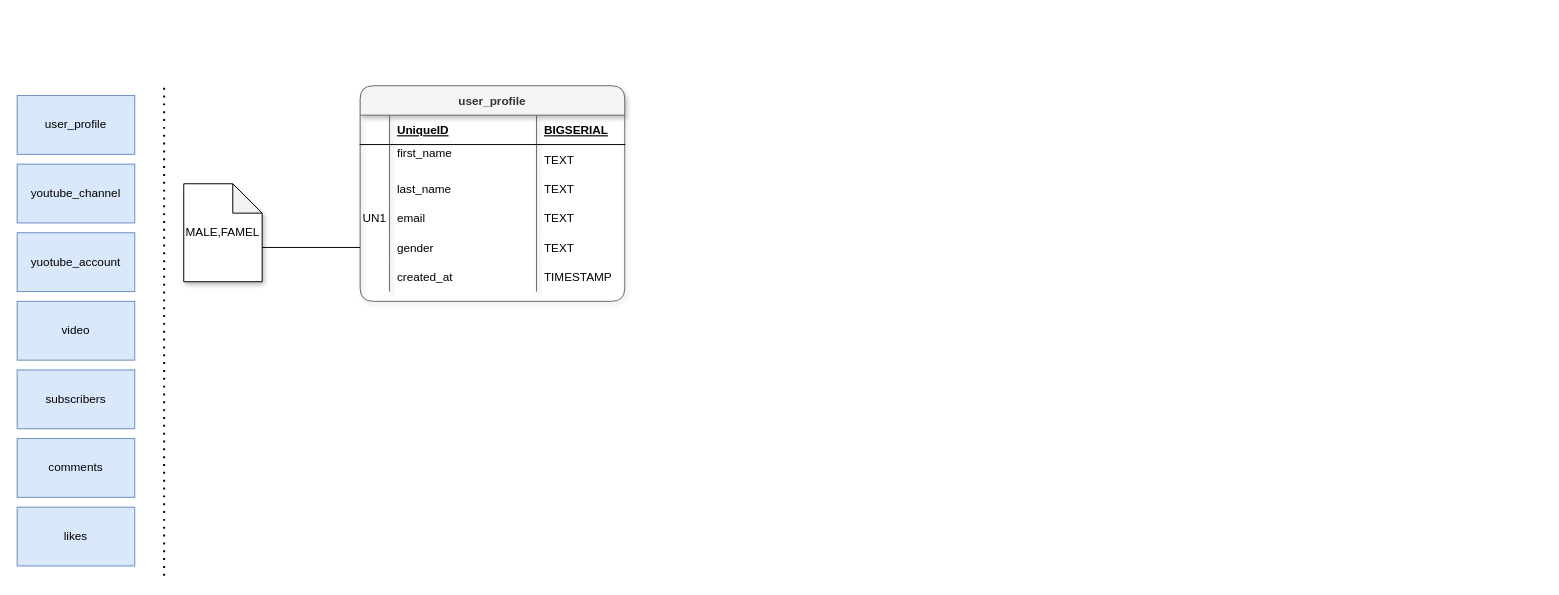
Above: Database Design_Implementation.drawio in Amin3696/DatabaseDesign (draw.io), before the change. Source tidied: cells renumbered, new cells numbered last; positions are measured from the earlier drawing's top-left corner, leaving out a move shared by most shapes. Both pictures are drawn from the tidied source at 98%, with x=0, y=0 at pixel (17, 85).
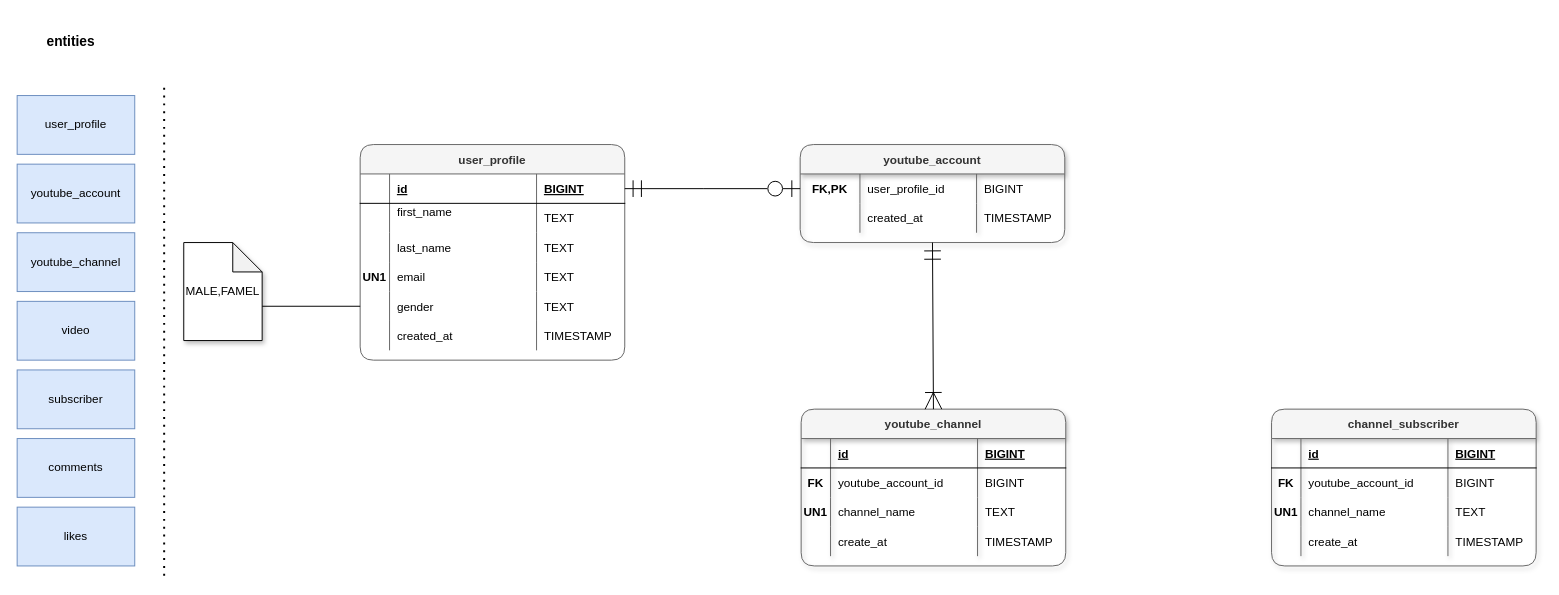
After the change.

Unchanged cells that the change refers to:
```xml
<mxCell id="10" style="shape=tableRow;horizontal=0;startSize=0;swimlaneHead=0;swimlaneBody=0;fillColor=none;points=[[0,0.5],[1,0.5]];portConstraint=eastwest;top=0;left=0;right=0;bottom=1;" parent="9" vertex="1">
  <mxGeometry y="30" width="270" height="30" as="geometry" />
</mxCell>
<mxCell id="22" style="shape=tableRow;horizontal=0;startSize=0;swimlaneHead=0;swimlaneBody=0;fillColor=none;top=0;left=0;right=0;bottom=0;" parent="9" vertex="1">
  <mxGeometry y="120" width="270" height="30" as="geometry" />
</mxCell>
<mxCell id="26" style="shape=tableRow;horizontal=0;startSize=0;swimlaneHead=0;swimlaneBody=0;fillColor=none;points=[[0,0.5],[1,0.5]];portConstraint=eastwest;top=0;left=0;right=0;bottom=0;" parent="9" vertex="1">
  <mxGeometry y="150" width="270" height="30" as="geometry" />
</mxCell>
```

Change to the diagram source:
```diff
@@
     <mxCell id="2" value="youtube_channel" style="rounded=0;whiteSpace=wrap;html=1;fillColor=#dae8fc;strokeColor=#6c8ebf;" parent="1" vertex="1">
-      <mxGeometry y="80" width="120" height="60" as="geometry" />
+      <mxGeometry y="150" width="120" height="60" as="geometry" />
     </mxCell>
@@
-    <mxCell id="4" value="yuotube_account" style="rounded=0;whiteSpace=wrap;html=1;fillColor=#dae8fc;strokeColor=#6c8ebf;" parent="1" vertex="1">
-      <mxGeometry y="150" width="120" height="60" as="geometry" />
+    <mxCell id="4" value="youtube_account" style="rounded=0;whiteSpace=wrap;html=1;fillColor=#dae8fc;strokeColor=#6c8ebf;" parent="1" vertex="1">
+      <mxGeometry y="80" width="120" height="60" as="geometry" />
     </mxCell>
@@
-    <mxCell id="6" value="subscribers" style="rounded=0;whiteSpace=wrap;html=1;fillColor=#dae8fc;strokeColor=#6c8ebf;" parent="1" vertex="1">
+    <mxCell id="6" value="subscriber" style="rounded=0;whiteSpace=wrap;html=1;fillColor=#dae8fc;strokeColor=#6c8ebf;" parent="1" vertex="1">
       <mxGeometry y="290" width="120" height="60" as="geometry" />
     </mxCell>
@@
-    <mxCell id="9" value="user_profile" style="shape=table;startSize=30;childLayout=tableLayout;rowLines=0;fontStyle=1;align=center;rounded=1;sketch=0;shadow=1;fillColor=#f5f5f5;fontColor=#333333;strokeColor=#666666;" parent="1" vertex="1">
-      <mxGeometry x="350" width="270" height="220" as="geometry" />
+    <mxCell id="9" value="user_profile" style="shape=table;startSize=30;childLayout=tableLayout;rowLines=0;fontStyle=1;align=center;rounded=1;sketch=0;shadow=0;fillColor=#f5f5f5;fontColor=#333333;strokeColor=#666666;swimlaneLine=1;" parent="1" vertex="1">
+      <mxGeometry x="350" y="60" width="270" height="220" as="geometry" />
     </mxCell>
@@
-    <mxCell id="12" value="UniqueID" style="shape=partialRectangle;fillColor=none;top=0;left=0;bottom=0;right=0;align=left;spacingLeft=6;fontStyle=5;overflow=hidden;" parent="10" vertex="1">
+    <mxCell id="12" value="id" style="shape=partialRectangle;fillColor=none;top=0;left=0;bottom=0;right=0;align=left;spacingLeft=6;fontStyle=5;overflow=hidden;" parent="10" vertex="1">
       <mxGeometry x="30" width="150" height="30" as="geometry" />
     </mxCell>
-    <mxCell id="13" value="BIGSERIAL" style="shape=partialRectangle;fillColor=none;top=0;left=0;bottom=0;right=0;align=left;spacingLeft=6;fontStyle=5;overflow=hidden;" parent="10" vertex="1">
+    <mxCell id="13" value="BIGINT" style="shape=partialRectangle;fillColor=none;top=0;left=0;bottom=0;right=0;align=left;spacingLeft=6;fontStyle=5;overflow=hidden;" parent="10" vertex="1">
       <mxGeometry x="180" width="90" height="30" as="geometry" />
     </mxCell>
@@
-    <mxCell id="23" value="UN1" style="shape=partialRectangle;fillColor=none;top=0;left=0;bottom=0;right=0;overflow=hidden;" parent="22" vertex="1">
+    <mxCell id="23" value="UN1" style="shape=partialRectangle;fillColor=none;top=0;left=0;bottom=0;right=0;overflow=hidden;fontStyle=1;" parent="22" vertex="1">
       <mxGeometry width="30" height="30" as="geometry" />
     </mxCell>
@@
+    <mxCell id="37" style="edgeStyle=orthogonalEdgeStyle;rounded=0;orthogonalLoop=1;jettySize=auto;html=1;exitX=1;exitY=0.5;exitDx=0;exitDy=0;fontSize=14;" parent="9" edge="1" source="26" target="26">
+      <mxGeometry relative="1" as="geometry" />
+    </mxCell>
     <mxCell id="34" value="MALE,FAMEL" style="shape=note;whiteSpace=wrap;html=1;backgroundOutline=1;darkOpacity=0.05;rounded=1;shadow=1;sketch=0;" parent="1" vertex="1">
-      <mxGeometry x="170" y="100" width="80" height="100" as="geometry" />
+      <mxGeometry x="170" y="160" width="80" height="100" as="geometry" />
     </mxCell>
@@
+    <mxCell id="38" value="&lt;font style=&quot;font-size: 14px;&quot;&gt;&lt;b&gt;entities&lt;/b&gt;&lt;/font&gt;" style="text;html=1;strokeColor=none;fillColor=none;align=center;verticalAlign=middle;whiteSpace=wrap;rounded=0;glass=1;" parent="1" vertex="1">
+      <mxGeometry y="-70" width="110" height="50" as="geometry" />
+    </mxCell>
+    <mxCell id="39" value="youtube_account" style="shape=table;startSize=30;childLayout=tableLayout;rowLines=0;fontStyle=1;align=center;rounded=1;sketch=0;shadow=1;fillColor=#f5f5f5;fontColor=#333333;strokeColor=#666666;" parent="1" vertex="1">
+      <mxGeometry x="799" y="60" width="270" height="100" as="geometry" />
+    </mxCell>
+    <mxCell id="40" style="shape=tableRow;horizontal=0;startSize=0;swimlaneHead=0;swimlaneBody=0;fillColor=none;points=[[0,0.5],[1,0.5]];portConstraint=eastwest;top=0;left=0;right=0;bottom=0;" parent="39" vertex="1">
+      <mxGeometry y="30" width="270" height="30" as="geometry" />
+    </mxCell>
+    <mxCell id="41" value="FK,PK" style="shape=partialRectangle;fillColor=none;top=0;left=0;bottom=0;right=0;overflow=hidden;fontStyle=1;" parent="40" vertex="1">
+      <mxGeometry width="61" height="30" as="geometry" />
+    </mxCell>
+    <mxCell id="42" value="user_profile_id" style="shape=partialRectangle;fillColor=none;top=0;left=0;bottom=0;right=0;align=left;spacingLeft=6;overflow=hidden;" parent="40" vertex="1">
+      <mxGeometry x="61" width="119" height="30" as="geometry" />
+    </mxCell>
+    <mxCell id="43" value="BIGINT" style="shape=partialRectangle;fillColor=none;top=0;left=0;bottom=0;right=0;align=left;spacingLeft=6;overflow=hidden;" parent="40" vertex="1">
+      <mxGeometry x="180" width="90" height="30" as="geometry" />
+    </mxCell>
+    <mxCell id="44" style="shape=tableRow;horizontal=0;startSize=0;swimlaneHead=0;swimlaneBody=0;fillColor=none;top=0;left=0;right=0;bottom=0;" parent="39" vertex="1">
+      <mxGeometry y="60" width="270" height="30" as="geometry" />
+    </mxCell>
+    <mxCell id="45" style="shape=partialRectangle;fillColor=none;top=0;left=0;bottom=0;right=0;overflow=hidden;" parent="44" vertex="1">
+      <mxGeometry width="61" height="30" as="geometry" />
+    </mxCell>
+    <mxCell id="46" value="created_at" style="shape=partialRectangle;fillColor=none;top=0;left=0;bottom=0;right=0;align=left;spacingLeft=6;overflow=hidden;" parent="44" vertex="1">
+      <mxGeometry x="61" width="119" height="30" as="geometry" />
+    </mxCell>
+    <mxCell id="47" value="TIMESTAMP" style="shape=partialRectangle;fillColor=none;top=0;left=0;bottom=0;right=0;align=left;spacingLeft=6;overflow=hidden;" parent="44" vertex="1">
+      <mxGeometry x="180" width="90" height="30" as="geometry" />
+    </mxCell>
+    <mxCell id="48" value="youtube_channel" style="shape=table;startSize=30;childLayout=tableLayout;rowLines=0;fontStyle=1;align=center;rounded=1;sketch=0;shadow=1;fillColor=#f5f5f5;fontColor=#333333;strokeColor=#666666;" parent="1" vertex="1">
+      <mxGeometry x="800" y="330" width="270" height="160" as="geometry" />
+    </mxCell>
+    <mxCell id="49" style="shape=tableRow;horizontal=0;startSize=0;swimlaneHead=0;swimlaneBody=0;fillColor=none;top=0;left=0;right=0;bottom=1;" parent="48" vertex="1">
+      <mxGeometry y="30" width="270" height="30" as="geometry" />
+    </mxCell>
+    <mxCell id="50" style="shape=partialRectangle;fillColor=none;top=0;left=0;bottom=0;right=0;fontStyle=1;overflow=hidden;" parent="49" vertex="1">
+      <mxGeometry width="30" height="30" as="geometry" />
+    </mxCell>
+    <mxCell id="51" value="id" style="shape=partialRectangle;fillColor=none;top=0;left=0;bottom=0;right=0;align=left;spacingLeft=6;fontStyle=5;overflow=hidden;" parent="49" vertex="1">
+      <mxGeometry x="30" width="150" height="30" as="geometry" />
+    </mxCell>
+    <mxCell id="52" value="BIGINT" style="shape=partialRectangle;fillColor=none;top=0;left=0;bottom=0;right=0;align=left;spacingLeft=6;fontStyle=5;overflow=hidden;" parent="49" vertex="1">
+      <mxGeometry x="180" width="90" height="30" as="geometry" />
+    </mxCell>
+    <mxCell id="53" style="shape=tableRow;horizontal=0;startSize=0;swimlaneHead=0;swimlaneBody=0;fillColor=none;top=0;left=0;right=0;bottom=0;" parent="48" vertex="1">
+      <mxGeometry y="60" width="270" height="30" as="geometry" />
+    </mxCell>
+    <mxCell id="54" value="FK" style="shape=partialRectangle;fillColor=none;top=0;left=0;bottom=0;right=0;overflow=hidden;fontStyle=1;" parent="53" vertex="1">
+      <mxGeometry width="30" height="30" as="geometry" />
+    </mxCell>
+    <mxCell id="55" value="youtube_account_id" style="shape=partialRectangle;fillColor=none;top=0;left=0;bottom=0;right=0;align=left;spacingLeft=6;overflow=hidden;" parent="53" vertex="1">
+      <mxGeometry x="30" width="150" height="30" as="geometry" />
+    </mxCell>
+    <mxCell id="56" value="BIGINT" style="shape=partialRectangle;fillColor=none;top=0;left=0;bottom=0;right=0;align=left;spacingLeft=6;overflow=hidden;" parent="53" vertex="1">
+      <mxGeometry x="180" width="90" height="30" as="geometry" />
+    </mxCell>
+    <mxCell id="57" style="shape=tableRow;horizontal=0;startSize=0;swimlaneHead=0;swimlaneBody=0;fillColor=none;top=0;left=0;right=0;bottom=0;" parent="48" vertex="1">
+      <mxGeometry y="90" width="270" height="30" as="geometry" />
+    </mxCell>
+    <mxCell id="58" value="UN1" style="shape=partialRectangle;fillColor=none;top=0;left=0;bottom=0;right=0;overflow=hidden;fontStyle=1;" parent="57" vertex="1">
+      <mxGeometry width="30" height="30" as="geometry" />
+    </mxCell>
+    <mxCell id="59" value="channel_name    " style="shape=partialRectangle;fillColor=none;top=0;left=0;bottom=0;right=0;align=left;spacingLeft=6;overflow=hidden;" parent="57" vertex="1">
+      <mxGeometry x="30" width="150" height="30" as="geometry" />
+    </mxCell>
+    <mxCell id="60" value="TEXT" style="shape=partialRectangle;fillColor=none;top=0;left=0;bottom=0;right=0;align=left;spacingLeft=6;overflow=hidden;" parent="57" vertex="1">
+      <mxGeometry x="180" width="90" height="30" as="geometry" />
+    </mxCell>
+    <mxCell id="61" style="shape=tableRow;horizontal=0;startSize=0;swimlaneHead=0;swimlaneBody=0;fillColor=none;top=0;left=0;right=0;bottom=0;" parent="48" vertex="1">
+      <mxGeometry y="120" width="270" height="30" as="geometry" />
+    </mxCell>
+    <mxCell id="62" style="shape=partialRectangle;fillColor=none;top=0;left=0;bottom=0;right=0;overflow=hidden;" parent="61" vertex="1">
+      <mxGeometry width="30" height="30" as="geometry" />
+    </mxCell>
+    <mxCell id="63" value="create_at    " style="shape=partialRectangle;fillColor=none;top=0;left=0;bottom=0;right=0;align=left;spacingLeft=6;overflow=hidden;" parent="61" vertex="1">
+      <mxGeometry x="30" width="150" height="30" as="geometry" />
+    </mxCell>
+    <mxCell id="64" value="TIMESTAMP" style="shape=partialRectangle;fillColor=none;top=0;left=0;bottom=0;right=0;align=left;spacingLeft=6;overflow=hidden;" parent="61" vertex="1">
+      <mxGeometry x="180" width="90" height="30" as="geometry" />
+    </mxCell>
+    <mxCell id="65" style="endArrow=ERmandOne;html=1;rounded=0;fontSize=14;exitX=0.5;exitY=0;exitDx=0;exitDy=0;entryX=0.5;entryY=1;entryDx=0;entryDy=0;endFill=0;endSize=15;startArrow=ERoneToMany;startFill=0;startSize=15;" parent="1" edge="1" source="48" target="39">
+      <mxGeometry relative="1" as="geometry" />
+    </mxCell>
+    <mxCell id="66" style="endArrow=ERzeroToOne;html=1;rounded=0;fontSize=14;exitX=1;exitY=0.5;exitDx=0;exitDy=0;entryX=0;entryY=0.5;entryDx=0;entryDy=0;endFill=0;endSize=15;startArrow=ERmandOne;startFill=0;startSize=15;" parent="1" edge="1" source="10" target="40">
+      <mxGeometry relative="1" as="geometry">
+        <Array as="points">
+          <mxPoint x="700" y="105" />
+        </Array>
+      </mxGeometry>
+    </mxCell>
+    <mxCell id="67" value="channel_subscriber" style="shape=table;startSize=30;childLayout=tableLayout;rowLines=0;fontStyle=1;align=center;rounded=1;sketch=0;shadow=1;fillColor=#f5f5f5;fontColor=#333333;strokeColor=#666666;" parent="1" vertex="1">
+      <mxGeometry x="1280" y="330" width="270" height="160" as="geometry" />
+    </mxCell>
+    <mxCell id="68" style="shape=tableRow;horizontal=0;startSize=0;swimlaneHead=0;swimlaneBody=0;fillColor=none;top=0;left=0;right=0;bottom=1;" parent="67" vertex="1">
+      <mxGeometry y="30" width="270" height="30" as="geometry" />
+    </mxCell>
+    <mxCell id="69" style="shape=partialRectangle;fillColor=none;top=0;left=0;bottom=0;right=0;fontStyle=1;overflow=hidden;" parent="68" vertex="1">
+      <mxGeometry width="30" height="30" as="geometry" />
+    </mxCell>
+    <mxCell id="70" value="id" style="shape=partialRectangle;fillColor=none;top=0;left=0;bottom=0;right=0;align=left;spacingLeft=6;fontStyle=5;overflow=hidden;" parent="68" vertex="1">
+      <mxGeometry x="30" width="150" height="30" as="geometry" />
+    </mxCell>
+    <mxCell id="71" value="BIGINT" style="shape=partialRectangle;fillColor=none;top=0;left=0;bottom=0;right=0;align=left;spacingLeft=6;fontStyle=5;overflow=hidden;" parent="68" vertex="1">
+      <mxGeometry x="180" width="90" height="30" as="geometry" />
+    </mxCell>
+    <mxCell id="72" style="shape=tableRow;horizontal=0;startSize=0;swimlaneHead=0;swimlaneBody=0;fillColor=none;top=0;left=0;right=0;bottom=0;" parent="67" vertex="1">
+      <mxGeometry y="60" width="270" height="30" as="geometry" />
+    </mxCell>
+    <mxCell id="73" value="FK" style="shape=partialRectangle;fillColor=none;top=0;left=0;bottom=0;right=0;overflow=hidden;fontStyle=1;" parent="72" vertex="1">
+      <mxGeometry width="30" height="30" as="geometry" />
+    </mxCell>
+    <mxCell id="74" value="youtube_account_id" style="shape=partialRectangle;fillColor=none;top=0;left=0;bottom=0;right=0;align=left;spacingLeft=6;overflow=hidden;" parent="72" vertex="1">
+      <mxGeometry x="30" width="150" height="30" as="geometry" />
+    </mxCell>
+    <mxCell id="75" value="BIGINT" style="shape=partialRectangle;fillColor=none;top=0;left=0;bottom=0;right=0;align=left;spacingLeft=6;overflow=hidden;" parent="72" vertex="1">
+      <mxGeometry x="180" width="90" height="30" as="geometry" />
+    </mxCell>
+    <mxCell id="76" style="shape=tableRow;horizontal=0;startSize=0;swimlaneHead=0;swimlaneBody=0;fillColor=none;top=0;left=0;right=0;bottom=0;" parent="67" vertex="1">
+      <mxGeometry y="90" width="270" height="30" as="geometry" />
+    </mxCell>
+    <mxCell id="77" value="UN1" style="shape=partialRectangle;fillColor=none;top=0;left=0;bottom=0;right=0;overflow=hidden;fontStyle=1;" parent="76" vertex="1">
+      <mxGeometry width="30" height="30" as="geometry" />
+    </mxCell>
+    <mxCell id="78" value="channel_name    " style="shape=partialRectangle;fillColor=none;top=0;left=0;bottom=0;right=0;align=left;spacingLeft=6;overflow=hidden;" parent="76" vertex="1">
+      <mxGeometry x="30" width="150" height="30" as="geometry" />
+    </mxCell>
+    <mxCell id="79" value="TEXT" style="shape=partialRectangle;fillColor=none;top=0;left=0;bottom=0;right=0;align=left;spacingLeft=6;overflow=hidden;" parent="76" vertex="1">
+      <mxGeometry x="180" width="90" height="30" as="geometry" />
+    </mxCell>
+    <mxCell id="80" style="shape=tableRow;horizontal=0;startSize=0;swimlaneHead=0;swimlaneBody=0;fillColor=none;top=0;left=0;right=0;bottom=0;" parent="67" vertex="1">
+      <mxGeometry y="120" width="270" height="30" as="geometry" />
+    </mxCell>
+    <mxCell id="81" style="shape=partialRectangle;fillColor=none;top=0;left=0;bottom=0;right=0;overflow=hidden;" parent="80" vertex="1">
+      <mxGeometry width="30" height="30" as="geometry" />
+    </mxCell>
+    <mxCell id="82" value="create_at    " style="shape=partialRectangle;fillColor=none;top=0;left=0;bottom=0;right=0;align=left;spacingLeft=6;overflow=hidden;" parent="80" vertex="1">
+      <mxGeometry x="30" width="150" height="30" as="geometry" />
+    </mxCell>
+    <mxCell id="83" value="TIMESTAMP" style="shape=partialRectangle;fillColor=none;top=0;left=0;bottom=0;right=0;align=left;spacingLeft=6;overflow=hidden;" parent="80" vertex="1">
+      <mxGeometry x="180" width="90" height="30" as="geometry" />
+    </mxCell>
```
